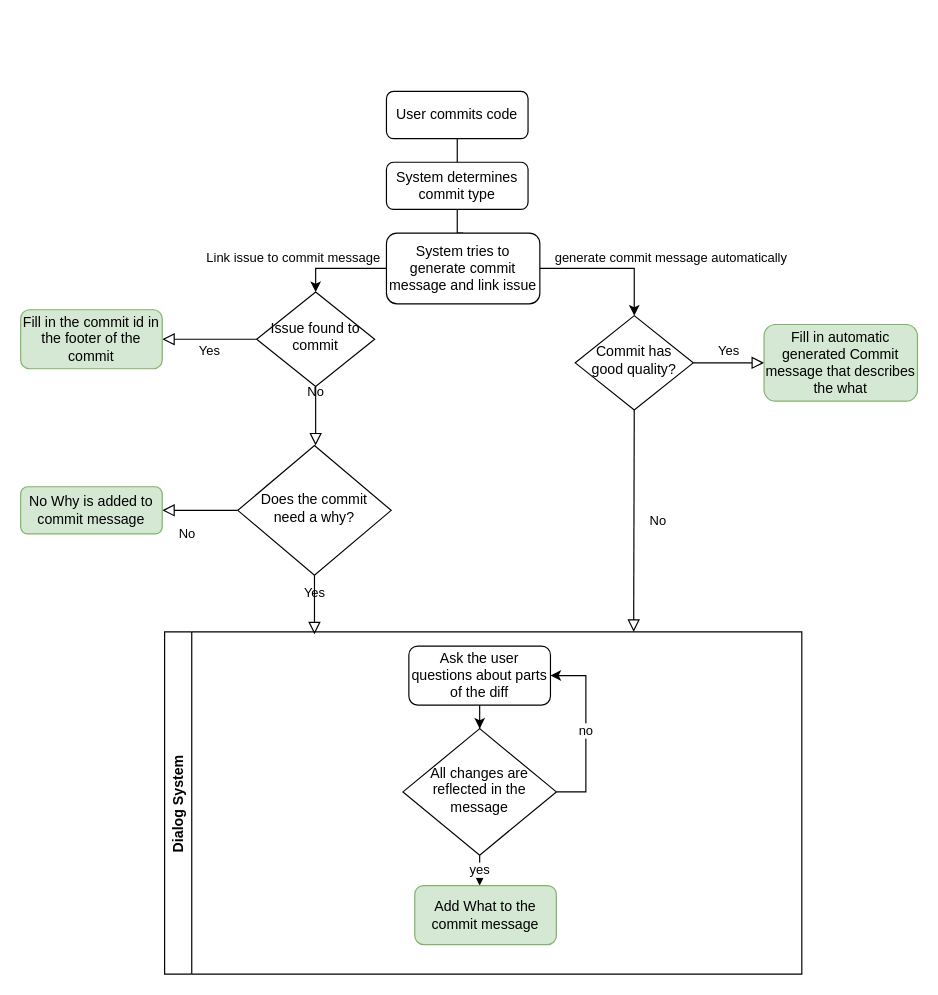
fizzerle/Commit-Mentor keeps this draw.io diagram as git_commit_generation_system.drawio. Above is the earlier version. Source tidied: cells renumbered, new cells numbered last; positions are measured from the earlier drawing's top-left corner, leaving out a move shared by most shapes. Both pictures are drawn from the tidied source at 118%, with x=0, y=0 at pixel (20, 91).
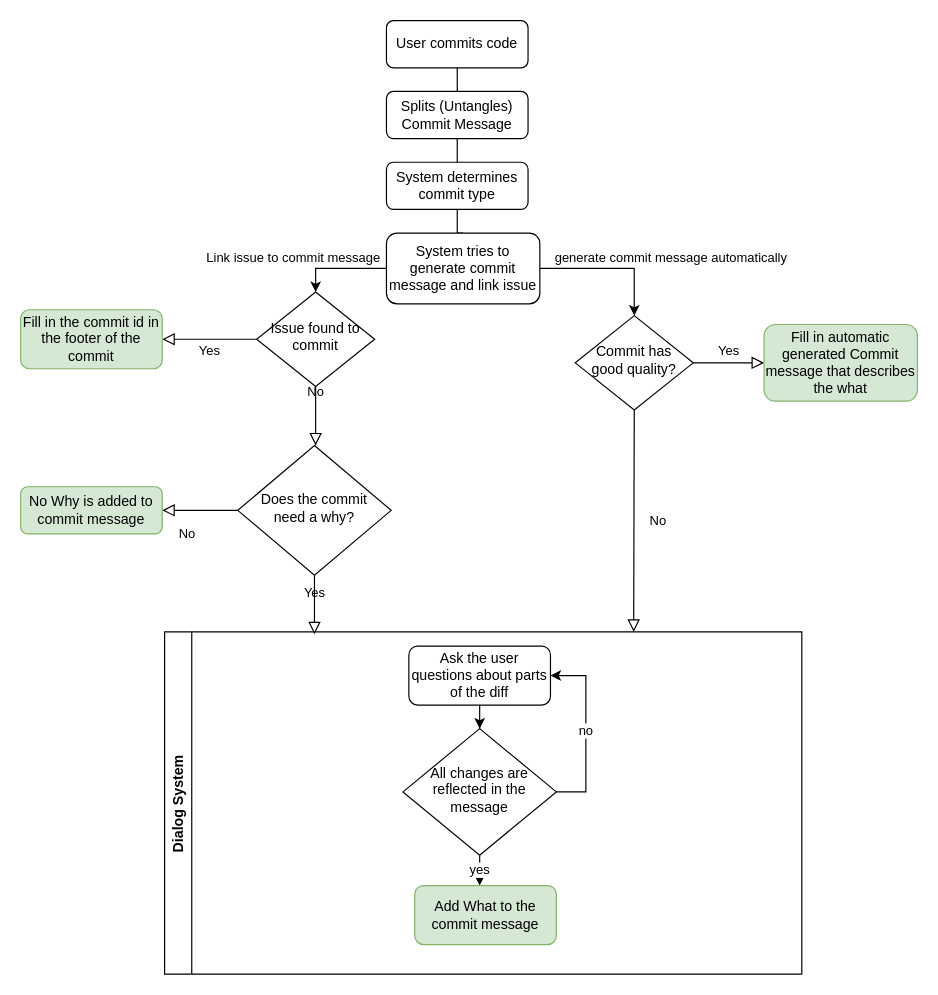
The same diagram, later.

Commit message:
Add commit untangleing to flow diagram of the system

Unchanged cells that the change refers to:
```xml
<mxCell id="8" value="System determines commit type" style="rounded=1;whiteSpace=wrap;html=1;fontSize=12;glass=0;strokeWidth=1;shadow=0;" parent="1" vertex="1">
  <mxGeometry x="310" y="60" width="120" height="40" as="geometry" />
</mxCell>
```

Diff of the diagram source:
```diff
@@
+    <mxCell id="30" style="edgeStyle=orthogonalEdgeStyle;rounded=0;jettySize=auto;html=1;exitX=0.5;exitY=1;exitDx=0;exitDy=0;endArrow=none;endFill=0;" parent="1" edge="1" source="2" target="32">
+      <mxGeometry relative="1" as="geometry" />
+    </mxCell>
     <mxCell id="2" value="User commits code" style="rounded=1;whiteSpace=wrap;html=1;fontSize=12;glass=0;strokeWidth=1;shadow=0;" parent="1" vertex="1">
-      <mxGeometry x="310" width="120" height="40" as="geometry" />
+      <mxGeometry x="310" y="-60" width="120" height="40" as="geometry" />
     </mxCell>
@@
-    <mxCell id="9" style="rounded=0;html=1;jettySize=auto;fontSize=11;endArrow=none;endFill=0;endSize=8;strokeWidth=1;shadow=0;labelBackgroundColor=none;edgeStyle=orthogonalEdgeStyle;" parent="1" edge="1" source="2" target="8">
-      <mxGeometry relative="1" as="geometry" />
-    </mxCell>
@@
+    <mxCell id="31" style="edgeStyle=orthogonalEdgeStyle;rounded=0;jettySize=auto;html=1;exitX=0.5;exitY=1;exitDx=0;exitDy=0;entryX=0.5;entryY=0;entryDx=0;entryDy=0;endArrow=none;endFill=0;" parent="1" edge="1" source="32" target="8">
+      <mxGeometry relative="1" as="geometry" />
+    </mxCell>
+    <mxCell id="32" value="Splits (Untangles) Commit Message" style="rounded=1;whiteSpace=wrap;html=1;fontSize=12;glass=0;strokeWidth=1;shadow=0;" parent="1" vertex="1">
+      <mxGeometry x="310" width="120" height="40" as="geometry" />
+    </mxCell>
```
